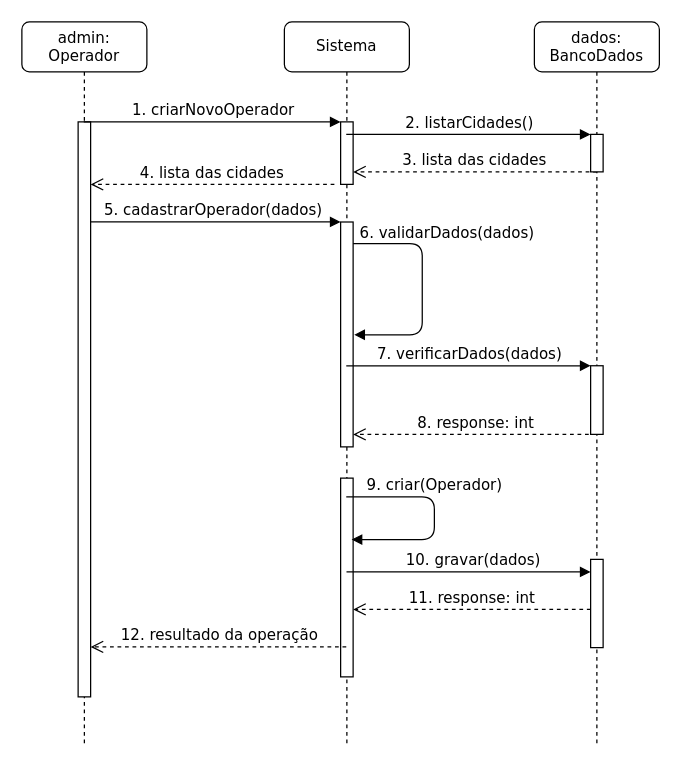
The draw.io diagram page "criar Operador" (1 of 3) of diagrama de sequencia do sistema.drawio in LuizGustavoNascimeto/draw.io, before the edit. Source tidied: cells renumbered, new cells numbered last; positions are measured from the earlier drawing's top-left corner, leaving out a move shared by most shapes. Both pictures are drawn from the tidied source at 125%, with x=0, y=0 at pixel (21, 21).
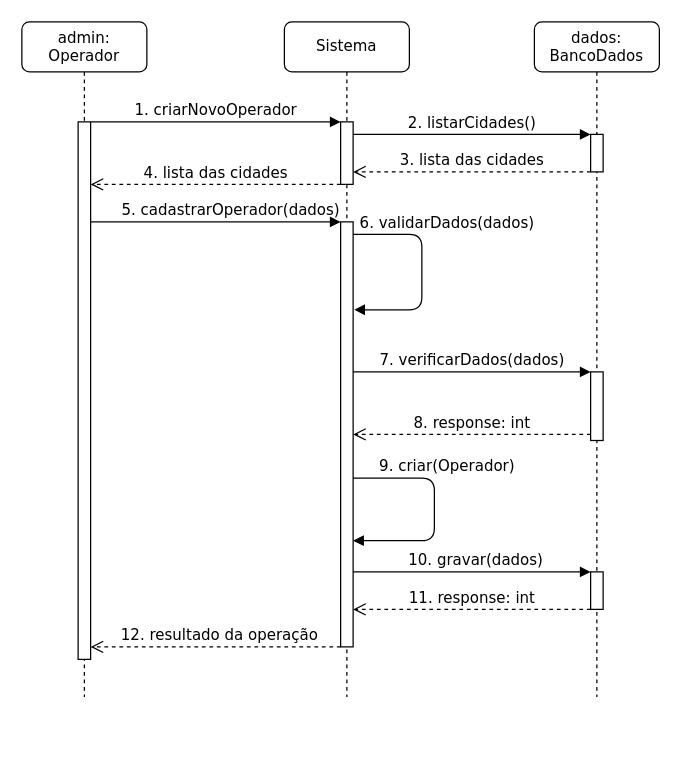
The same diagram, later.

Unchanged cells that the change refers to:
```xml
<mxCell id="8" style="html=1;points=[];perimeter=orthogonalPerimeter;rounded=0;shadow=0;comic=0;labelBackgroundColor=none;strokeWidth=1;fontFamily=Verdana;fontSize=12;align=center;" parent="7" vertex="1">
  <mxGeometry x="45" y="80" width="10" height="50" as="geometry" />
</mxCell>
<mxCell id="19" style="html=1;points=[];perimeter=orthogonalPerimeter;rounded=0;shadow=0;comic=0;labelBackgroundColor=none;strokeWidth=1;fontFamily=Verdana;fontSize=12;align=center;" parent="16" vertex="1">
  <mxGeometry x="45" y="90" width="10" height="30" as="geometry" />
</mxCell>
```

Diff of the diagram source:
```diff
@@
-    <mxCell id="2" value="5. cadastrarOperador(dados)" style="html=1;verticalAlign=bottom;endArrow=block;entryX=0;entryY=0;labelBackgroundColor=none;fontFamily=Verdana;fontSize=12;edgeStyle=elbowEdgeStyle;elbow=vertical;" parent="1" edge="1" source="3" target="9">
-      <mxGeometry relative="1" as="geometry" />
+    <mxCell id="2" value="5. cadastrarOperador(dados)" style="html=1;verticalAlign=bottom;endArrow=block;labelBackgroundColor=none;fontFamily=Verdana;fontSize=12;edgeStyle=elbowEdgeStyle;elbow=vertical;" parent="1" edge="1" source="4" target="9">
+      <mxGeometry x="0.12" relative="1" as="geometry">
+        <Array as="points">
+          <mxPoint x="240" y="160" />
+        </Array>
+      </mxGeometry>
     </mxCell>
     <mxCell id="3" value="admin: Operador" style="shape=umlLifeline;perimeter=lifelinePerimeter;whiteSpace=wrap;html=1;outlineConnect=0;rounded=1;shadow=0;comic=0;labelBackgroundColor=none;strokeWidth=1;fontFamily=Verdana;fontSize=12;align=center;" parent="1" vertex="1">
-      <mxGeometry width="100" height="580" as="geometry" />
+      <mxGeometry width="100" height="540" as="geometry" />
     </mxCell>
     <mxCell id="4" style="html=1;points=[];perimeter=orthogonalPerimeter;rounded=0;shadow=0;comic=0;labelBackgroundColor=none;strokeWidth=1;fontFamily=Verdana;fontSize=12;align=center;" parent="3" vertex="1">
-      <mxGeometry x="45" y="80" width="10" height="460" as="geometry" />
+      <mxGeometry x="45" y="80" width="10" height="430" as="geometry" />
     </mxCell>
-    <mxCell id="5" value="4. lista das cidades" style="html=1;verticalAlign=bottom;endArrow=open;dashed=1;endSize=8;labelBackgroundColor=none;fontFamily=Verdana;fontSize=12;edgeStyle=elbowEdgeStyle;elbow=vertical;" parent="3" edge="1">
-      <mxGeometry relative="1" as="geometry">
-        <mxPoint x="250" y="130" as="sourcePoint" />
-        <mxPoint x="55" y="130" as="targetPoint" />
-        <Array as="points">
-          <mxPoint x="110" y="130" />
-        </Array>
-      </mxGeometry>
-    </mxCell>
-    <mxCell id="6" value="&lt;div&gt;1. criarNovoOperador&lt;/div&gt;" style="html=1;verticalAlign=bottom;endArrow=block;entryX=0;entryY=0;labelBackgroundColor=none;fontFamily=Verdana;fontSize=12;edgeStyle=elbowEdgeStyle;elbow=vertical;" parent="1" edge="1" source="3" target="8">
-      <mxGeometry relative="1" as="geometry" />
+    <mxCell id="6" value="&lt;div&gt;1. criarNovoOperador&lt;/div&gt;" style="html=1;verticalAlign=bottom;endArrow=block;labelBackgroundColor=none;fontFamily=Verdana;fontSize=12;edgeStyle=elbowEdgeStyle;elbow=vertical;" parent="1" edge="1" source="4" target="8">
+      <mxGeometry relative="1" as="geometry">
+        <Array as="points">
+          <mxPoint x="170" y="80" />
+        </Array>
+      </mxGeometry>
     </mxCell>
     <mxCell id="7" value="Sistema" style="shape=umlLifeline;perimeter=lifelinePerimeter;whiteSpace=wrap;html=1;outlineConnect=0;rounded=1;shadow=0;comic=0;labelBackgroundColor=none;strokeWidth=1;fontFamily=Verdana;fontSize=12;align=center;" parent="1" vertex="1">
-      <mxGeometry x="210" width="100" height="580" as="geometry" />
+      <mxGeometry x="210" width="100" height="540" as="geometry" />
     </mxCell>
@@
     <mxCell id="9" style="html=1;points=[];perimeter=orthogonalPerimeter;rounded=0;shadow=0;comic=0;labelBackgroundColor=none;strokeWidth=1;fontFamily=Verdana;fontSize=12;align=center;" parent="7" vertex="1">
-      <mxGeometry x="45" y="160.1" width="10" height="179.9" as="geometry" />
+      <mxGeometry x="45" y="160" width="10" height="340" as="geometry" />
     </mxCell>
-    <mxCell id="10" value="6. validarDados(dados)" style="html=1;verticalAlign=bottom;endArrow=block;labelBackgroundColor=none;fontFamily=Verdana;fontSize=12;edgeStyle=elbowEdgeStyle;elbow=horizontal;exitX=0.971;exitY=0.101;exitDx=0;exitDy=0;exitPerimeter=0;entryX=1.06;entryY=0.531;entryDx=0;entryDy=0;entryPerimeter=0;" parent="7" edge="1">
-      <mxGeometry x="-0.39" y="20" relative="1" as="geometry">
-        <mxPoint x="55" y="177.3" as="sourcePoint" />
-        <mxPoint x="55.9" y="250.3" as="targetPoint" />
+    <mxCell id="10" value="6. validarDados(dados)" style="html=1;verticalAlign=bottom;endArrow=block;labelBackgroundColor=none;fontFamily=Verdana;fontSize=12;edgeStyle=elbowEdgeStyle;elbow=horizontal;entryX=1.06;entryY=0.531;entryDx=0;entryDy=0;entryPerimeter=0;" parent="7" edge="1">
+      <mxGeometry x="-0.35" y="20" relative="1" as="geometry">
+        <mxPoint x="55" y="170" as="sourcePoint" />
+        <mxPoint x="55.9" y="230.3" as="targetPoint" />
         <Array as="points">
-          <mxPoint x="110.3" y="250" />
+          <mxPoint x="110" y="170" />
         </Array>
       </mxGeometry>
     </mxCell>
-    <mxCell id="11" value="3. lista das cidades" style="html=1;verticalAlign=bottom;endArrow=open;dashed=1;endSize=8;labelBackgroundColor=none;fontFamily=Verdana;fontSize=12;edgeStyle=elbowEdgeStyle;elbow=vertical;" parent="7" edge="1">
-      <mxGeometry relative="1" as="geometry">
-        <mxPoint x="250" y="120" as="sourcePoint" />
-        <mxPoint x="55" y="120" as="targetPoint" />
-        <Array as="points">
-          <mxPoint x="110" y="120" />
-        </Array>
-      </mxGeometry>
-    </mxCell>
-    <mxCell id="12" style="html=1;points=[];perimeter=orthogonalPerimeter;rounded=0;shadow=0;comic=0;labelBackgroundColor=none;strokeWidth=1;fontFamily=Verdana;fontSize=12;align=center;" parent="7" vertex="1">
-      <mxGeometry x="45" y="365" width="10" height="159" as="geometry" />
-    </mxCell>
-    <mxCell id="13" value="9. criar(Operador)" style="html=1;verticalAlign=bottom;endArrow=block;entryX=0.876;entryY=0.309;labelBackgroundColor=none;fontFamily=Verdana;fontSize=12;edgeStyle=elbowEdgeStyle;elbow=horizontal;entryDx=0;entryDy=0;entryPerimeter=0;" parent="7" edge="1" source="7" target="12">
-      <mxGeometry x="-0.18" relative="1" as="geometry">
+    <mxCell id="13" value="9. criar(Operador)" style="html=1;verticalAlign=bottom;endArrow=block;labelBackgroundColor=none;fontFamily=Verdana;fontSize=12;edgeStyle=elbowEdgeStyle;elbow=horizontal;" parent="7" edge="1">
+      <mxGeometry x="-0.28" y="10" relative="1" as="geometry">
+        <mxPoint x="55" y="365" as="sourcePoint" />
+        <mxPoint x="55" y="415" as="targetPoint" />
         <Array as="points">
-          <mxPoint x="120" y="380" />
+          <mxPoint x="120" y="370" />
         </Array>
       </mxGeometry>
     </mxCell>
-    <mxCell id="14" value="11. response: int" style="html=1;verticalAlign=bottom;endArrow=open;dashed=1;endSize=8;labelBackgroundColor=none;fontFamily=Verdana;fontSize=12;edgeStyle=elbowEdgeStyle;elbow=vertical;" parent="7" edge="1">
-      <mxGeometry relative="1" as="geometry">
-        <mxPoint x="245" y="470" as="sourcePoint" />
-        <mxPoint x="55" y="470" as="targetPoint" />
-        <Array as="points">
-          <mxPoint x="140" y="470" />
-        </Array>
-      </mxGeometry>
-    </mxCell>
-    <mxCell id="15" value="8. response: int" style="html=1;verticalAlign=bottom;endArrow=open;dashed=1;endSize=8;labelBackgroundColor=none;fontFamily=Verdana;fontSize=12;edgeStyle=elbowEdgeStyle;elbow=horizontal;" parent="1" edge="1" source="16" target="9">
+    <mxCell id="15" value="8. response: int" style="html=1;verticalAlign=bottom;endArrow=open;dashed=1;endSize=8;labelBackgroundColor=none;fontFamily=Verdana;fontSize=12;edgeStyle=elbowEdgeStyle;elbow=horizontal;" parent="1" edge="1" source="17" target="9">
       <mxGeometry relative="1" as="geometry">
         <Array as="points">
-          <mxPoint x="320" y="330" />
+          <mxPoint x="340" y="330" />
         </Array>
       </mxGeometry>
     </mxCell>
     <mxCell id="16" value="dados: BancoDados" style="shape=umlLifeline;perimeter=lifelinePerimeter;whiteSpace=wrap;html=1;outlineConnect=0;rounded=1;shadow=0;comic=0;labelBackgroundColor=none;strokeWidth=1;fontFamily=Verdana;fontSize=12;align=center;" parent="1" vertex="1">
-      <mxGeometry x="410" width="100" height="580" as="geometry" />
+      <mxGeometry x="410" width="100" height="540" as="geometry" />
     </mxCell>
     <mxCell id="17" style="html=1;points=[];perimeter=orthogonalPerimeter;rounded=0;shadow=0;comic=0;labelBackgroundColor=none;strokeWidth=1;fontFamily=Verdana;fontSize=12;align=center;" parent="16" vertex="1">
-      <mxGeometry x="45" y="275.1" width="10" height="54.9" as="geometry" />
+      <mxGeometry x="45" y="280" width="10" height="54.9" as="geometry" />
     </mxCell>
     <mxCell id="18" style="html=1;points=[];perimeter=orthogonalPerimeter;rounded=0;shadow=0;comic=0;labelBackgroundColor=none;strokeWidth=1;fontFamily=Verdana;fontSize=12;align=center;" parent="16" vertex="1">
-      <mxGeometry x="45" y="430" width="10" height="70.6" as="geometry" />
+      <mxGeometry x="45" y="440" width="10" height="30" as="geometry" />
     </mxCell>
@@
-    <mxCell id="20" value="7. verificarDados(dados)" style="html=1;verticalAlign=bottom;endArrow=block;entryX=0;entryY=0;labelBackgroundColor=none;fontFamily=Verdana;fontSize=12;edgeStyle=elbowEdgeStyle;elbow=horizontal;" parent="1" edge="1" source="7" target="17">
+    <mxCell id="20" value="7. verificarDados(dados)" style="html=1;verticalAlign=bottom;endArrow=block;labelBackgroundColor=none;fontFamily=Verdana;fontSize=12;edgeStyle=elbowEdgeStyle;elbow=horizontal;" parent="1" edge="1" source="9" target="17">
       <mxGeometry relative="1" as="geometry">
         <Array as="points">
-          <mxPoint x="270" y="280" />
+          <mxPoint x="310" y="280" />
         </Array>
       </mxGeometry>
     </mxCell>
-    <mxCell id="21" value="12. resultado da operação" style="html=1;verticalAlign=bottom;endArrow=open;dashed=1;endSize=8;labelBackgroundColor=none;fontFamily=Verdana;fontSize=12;edgeStyle=elbowEdgeStyle;elbow=vertical;" parent="1" edge="1" source="7" target="4">
-      <mxGeometry relative="1" as="geometry">
+    <mxCell id="21" value="12. resultado da operação" style="html=1;verticalAlign=bottom;endArrow=open;dashed=1;endSize=8;labelBackgroundColor=none;fontFamily=Verdana;fontSize=12;edgeStyle=elbowEdgeStyle;elbow=vertical;" parent="1" edge="1" source="9" target="4">
+      <mxGeometry x="-0.03" relative="1" as="geometry">
         <Array as="points">
           <mxPoint x="160" y="500" />
         </Array>
       </mxGeometry>
     </mxCell>
-    <mxCell id="22" value="&lt;div&gt;2. listarCidades()&lt;br&gt;&lt;/div&gt;" style="html=1;verticalAlign=bottom;endArrow=block;entryX=0;entryY=0;labelBackgroundColor=none;fontFamily=Verdana;fontSize=12;edgeStyle=elbowEdgeStyle;elbow=vertical;" parent="1" edge="1" source="7" target="19">
-      <mxGeometry relative="1" as="geometry" />
+    <mxCell id="22" value="&lt;div&gt;2. listarCidades()&lt;br&gt;&lt;/div&gt;" style="html=1;verticalAlign=bottom;endArrow=block;labelBackgroundColor=none;fontFamily=Verdana;fontSize=12;edgeStyle=elbowEdgeStyle;elbow=vertical;" parent="1" edge="1" source="8" target="19">
+      <mxGeometry relative="1" as="geometry">
+        <Array as="points">
+          <mxPoint x="360" y="90" />
+        </Array>
+      </mxGeometry>
     </mxCell>
-    <mxCell id="23" value="10. gravar(dados)" style="html=1;verticalAlign=bottom;endArrow=block;entryX=0;entryY=0;labelBackgroundColor=none;fontFamily=Verdana;fontSize=12;edgeStyle=elbowEdgeStyle;elbow=vertical;" parent="1" edge="1">
+    <mxCell id="23" value="10. gravar(dados)" style="html=1;verticalAlign=bottom;endArrow=block;labelBackgroundColor=none;fontFamily=Verdana;fontSize=12;edgeStyle=elbowEdgeStyle;elbow=vertical;" parent="1" edge="1" source="9" target="18">
       <mxGeometry x="0.03" relative="1" as="geometry">
-        <mxPoint x="259.7" y="440" as="sourcePoint" />
-        <mxPoint x="455" y="440" as="targetPoint" />
         <Array as="points">
-          <mxPoint x="340" y="440" />
+          <mxPoint x="370" y="440" />
         </Array>
       </mxGeometry>
     </mxCell>
+    <mxCell id="11" value="3. lista das cidades" style="html=1;verticalAlign=bottom;endArrow=open;dashed=1;endSize=8;labelBackgroundColor=none;fontFamily=Verdana;fontSize=12;edgeStyle=elbowEdgeStyle;elbow=vertical;" parent="1" edge="1" source="19" target="8">
+      <mxGeometry relative="1" as="geometry">
+        <Array as="points">
+          <mxPoint x="320" y="120" />
+        </Array>
+      </mxGeometry>
+    </mxCell>
+    <mxCell id="14" value="11. response: int" style="html=1;verticalAlign=bottom;endArrow=open;dashed=1;endSize=8;labelBackgroundColor=none;fontFamily=Verdana;fontSize=12;edgeStyle=elbowEdgeStyle;elbow=vertical;" parent="1" edge="1" source="18" target="9">
+      <mxGeometry relative="1" as="geometry">
+        <Array as="points">
+          <mxPoint x="350" y="470" />
+        </Array>
+      </mxGeometry>
+    </mxCell>
+    <mxCell id="5" value="4. lista das cidades" style="html=1;verticalAlign=bottom;endArrow=open;dashed=1;endSize=8;labelBackgroundColor=none;fontFamily=Verdana;fontSize=12;edgeStyle=elbowEdgeStyle;elbow=vertical;" parent="1" edge="1" source="8" target="4">
+      <mxGeometry relative="1" as="geometry">
+        <Array as="points">
+          <mxPoint x="110" y="130" />
+        </Array>
+      </mxGeometry>
+    </mxCell>
```
